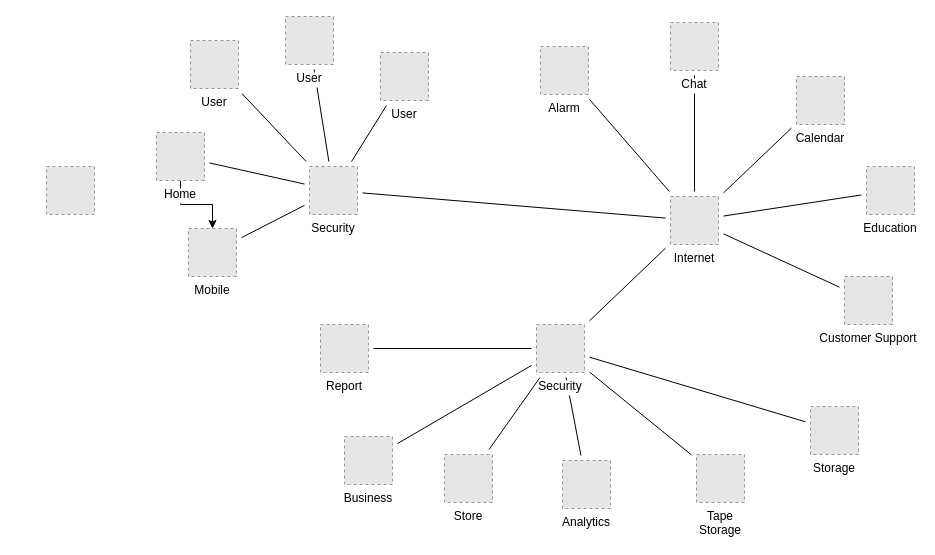
Earlier version of the draw.io diagram Untitled Diagram.drawio (Caffeinejunky6/Cybersecurity). Source tidied: cells renumbered, new cells numbered last; positions are measured from the earlier drawing's top-left corner, leaving out a move shared by most shapes. Both pictures are drawn from the tidied source at 100%, with x=0, y=0 at pixel (46, 16). Pictures stored in the file or linked from it are replaced by grey dashed boxes.
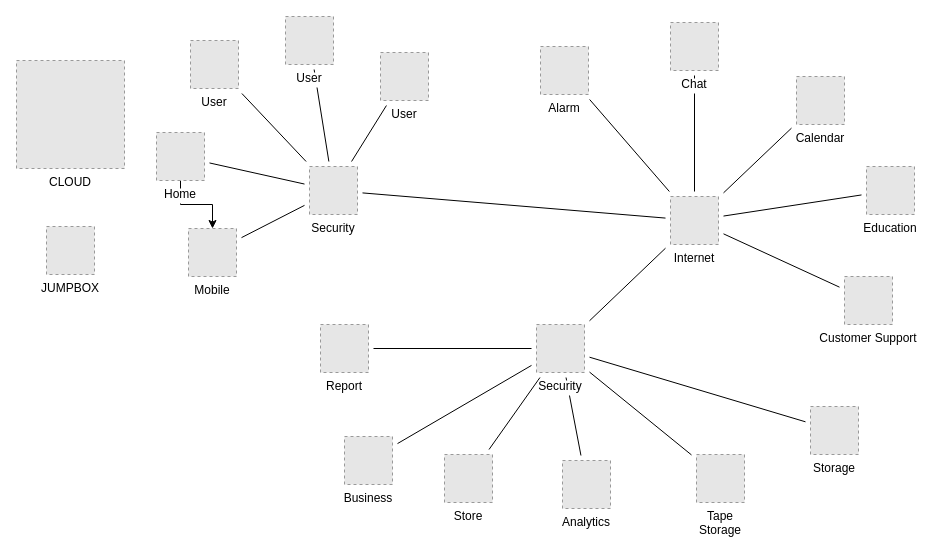
The same page after the edit.

Commit message:
H-Week 13-Lisza Darling

Change to the diagram source:
```diff
@@
-    <mxCell id="40" style="fillColor=#E6E6E6;strokeColor=#999999;dashed=1;verticalLabelPosition=bottom;verticalAlign=top;" parent="1" vertex="1">
-      <mxGeometry y="150" width="48" height="48" as="geometry" />
+    <mxCell id="40" value="JUMPBOX" style="fillColor=#E6E6E6;strokeColor=#999999;dashed=1;verticalLabelPosition=bottom;verticalAlign=top;" parent="1" vertex="1">
+      <mxGeometry y="210" width="48" height="48" as="geometry" />
     </mxCell>
+    <mxCell id="41" value="CLOUD" style="fillColor=#E6E6E6;strokeColor=#999999;dashed=1;verticalLabelPosition=bottom;verticalAlign=top;" parent="1" vertex="1">
+      <mxGeometry x="-30" y="44" width="108" height="108" as="geometry" />
+    </mxCell>
```
